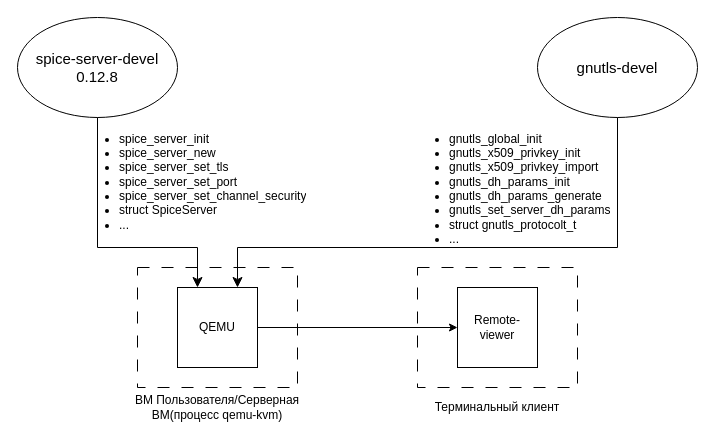
Above: Диаграмма без названия.drawio in IsaevRustam/iodraw (draw.io), before the change. Source tidied: cells renumbered, new cells numbered last; positions are measured from the earlier drawing's top-left corner, leaving out a move shared by most shapes. Both pictures are drawn from the tidied source at 100%, with x=0, y=0 at pixel (17, 17).
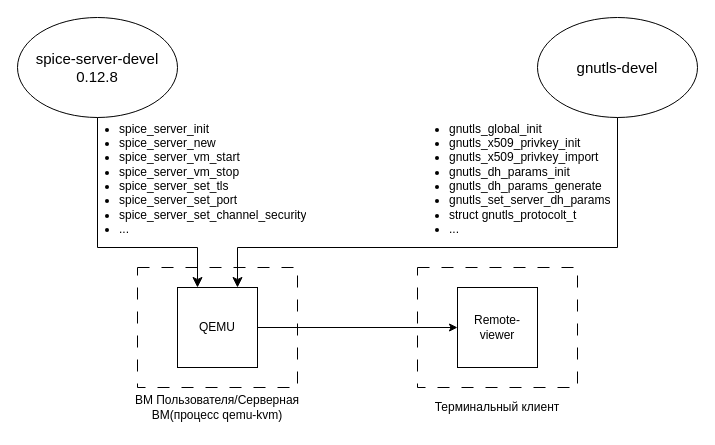
After the change.

Diff of the diagram source:
```diff
@@
 <mxGraphModel>
   <root>
     <mxCell id="0" />
     <mxCell id="1" parent="0" />
     <mxCell id="2" style="rounded=0;whiteSpace=wrap;html=1;dashed=1;dashPattern=12 12;" parent="1" vertex="1">
       <mxGeometry x="400" y="250" width="160" height="120" as="geometry" />
     </mxCell>
     <mxCell id="3" style="rounded=0;whiteSpace=wrap;html=1;dashed=1;dashPattern=12 12;" parent="1" vertex="1">
       <mxGeometry x="120" y="250" width="160" height="120" as="geometry" />
     </mxCell>
     <mxCell id="4" value="QEMU" style="rounded=0;whiteSpace=wrap;html=1;" parent="1" vertex="1">
       <mxGeometry x="160" y="270" width="80" height="80" as="geometry" />
     </mxCell>
     <mxCell id="5" value="ВМ Пользователя/Серверная ВМ(процесс qemu-kvm)" style="text;html=1;strokeColor=none;fillColor=none;align=center;verticalAlign=middle;whiteSpace=wrap;rounded=0;" parent="1" vertex="1">
       <mxGeometry x="110" y="370" width="180" height="40" as="geometry" />
     </mxCell>
     <mxCell id="6" style="endArrow=classic;html=1;rounded=0;exitX=1;exitY=0.5;exitDx=0;exitDy=0;" parent="1" edge="1" source="4">
       <mxGeometry relative="1" as="geometry">
         <mxPoint x="440" y="310" as="targetPoint" />
       </mxGeometry>
     </mxCell>
     <mxCell id="7" value="Remote-viewer" style="rounded=0;whiteSpace=wrap;html=1;" parent="1" vertex="1">
       <mxGeometry x="440" y="270" width="80" height="80" as="geometry" />
     </mxCell>
     <mxCell id="8" value="Терминальный клиент" style="text;html=1;strokeColor=none;fillColor=none;align=center;verticalAlign=middle;whiteSpace=wrap;rounded=0;" parent="1" vertex="1">
       <mxGeometry x="395" y="370" width="170" height="40" as="geometry" />
     </mxCell>
     <mxCell id="9" value="&lt;font style=&quot;font-size: 15px;&quot;&gt;spice-server-devel 0.12.8&lt;br&gt;&lt;/font&gt;" style="ellipse;whiteSpace=wrap;html=1;" parent="1" vertex="1">
       <mxGeometry width="160" height="100" as="geometry" />
     </mxCell>
     <mxCell id="10" style="edgeStyle=elbowEdgeStyle;elbow=vertical;endArrow=classic;html=1;curved=0;rounded=0;endSize=8;startSize=8;exitX=0.5;exitY=1;exitDx=0;exitDy=0;entryX=0.25;entryY=0;entryDx=0;entryDy=0;" parent="1" edge="1" source="9">
       <mxGeometry relative="1" as="geometry">
         <mxPoint x="180" y="270" as="targetPoint" />
         <Array as="points">
           <mxPoint x="110" y="230" />
         </Array>
       </mxGeometry>
     </mxCell>
-    <mxCell id="11" value="&lt;ul&gt;&lt;li&gt;spice_server_init&lt;/li&gt;&lt;li style=&quot;border-color: var(--border-color);&quot;&gt;spice_server_new&lt;/li&gt;&lt;li&gt;spice_server_set_tls&lt;/li&gt;&lt;li&gt;spice_server_set_port&lt;/li&gt;&lt;li&gt;spice_server_set_channel_security&lt;/li&gt;&lt;li&gt;struct SpiceServer&lt;/li&gt;&lt;li&gt;...&lt;/li&gt;&lt;/ul&gt;" style="text;strokeColor=none;fillColor=none;html=1;whiteSpace=wrap;verticalAlign=middle;overflow=hidden;" parent="1" vertex="1">
-      <mxGeometry x="60" y="100" width="320" height="120" as="geometry" />
+    <mxCell id="11" value="&lt;ul&gt;&lt;li&gt;spice_server_init&lt;/li&gt;&lt;li style=&quot;border-color: var(--border-color);&quot;&gt;spice_server_new&lt;/li&gt;&lt;li style=&quot;border-color: var(--border-color);&quot;&gt;spice_server_vm_start&lt;/li&gt;&lt;li style=&quot;border-color: var(--border-color);&quot;&gt;spice_server_vm_stop&lt;/li&gt;&lt;li&gt;spice_server_set_tls&lt;/li&gt;&lt;li&gt;spice_server_set_port&lt;/li&gt;&lt;li&gt;spice_server_set_channel_security&lt;/li&gt;&lt;li&gt;...&lt;/li&gt;&lt;/ul&gt;" style="text;strokeColor=none;fillColor=none;html=1;whiteSpace=wrap;verticalAlign=middle;overflow=hidden;" parent="1" vertex="1">
+      <mxGeometry x="60" y="90" width="320" height="140" as="geometry" />
     </mxCell>
     <mxCell id="12" value="&lt;font style=&quot;font-size: 15px;&quot;&gt;gnutls-devel&lt;br&gt;&lt;/font&gt;" style="ellipse;whiteSpace=wrap;html=1;" parent="1" vertex="1">
       <mxGeometry x="520" width="160" height="100" as="geometry" />
     </mxCell>
     <mxCell id="13" style="edgeStyle=elbowEdgeStyle;elbow=vertical;endArrow=classic;html=1;curved=0;rounded=0;endSize=8;startSize=8;exitX=0.5;exitY=1;exitDx=0;exitDy=0;entryX=0.75;entryY=0;entryDx=0;entryDy=0;" parent="1" edge="1" source="12" target="4">
       <mxGeometry relative="1" as="geometry">
         <Array as="points">
           <mxPoint x="330" y="230" />
         </Array>
       </mxGeometry>
     </mxCell>
     <mxCell id="14" value="&lt;ul&gt;&lt;li&gt;gnutls_global_init&lt;/li&gt;&lt;li&gt;gnutls_x509_privkey_init&lt;/li&gt;&lt;li&gt;gnutls_x509_privkey_import&lt;/li&gt;&lt;li&gt;gnutls_dh_params_init&lt;/li&gt;&lt;li&gt;gnutls_dh_params_generate&lt;/li&gt;&lt;li&gt;gnutls_set_server_dh_params&lt;/li&gt;&lt;li&gt;struct gnutls_protocolt_t&lt;/li&gt;&lt;li&gt;...&lt;/li&gt;&lt;/ul&gt;" style="text;strokeColor=none;fillColor=none;html=1;whiteSpace=wrap;verticalAlign=middle;overflow=hidden;" parent="1" vertex="1">
-      <mxGeometry x="390" y="100" width="240" height="140" as="geometry" />
+      <mxGeometry x="390" y="90" width="240" height="140" as="geometry" />
     </mxCell>
   </root>
 </mxGraphModel>
```
